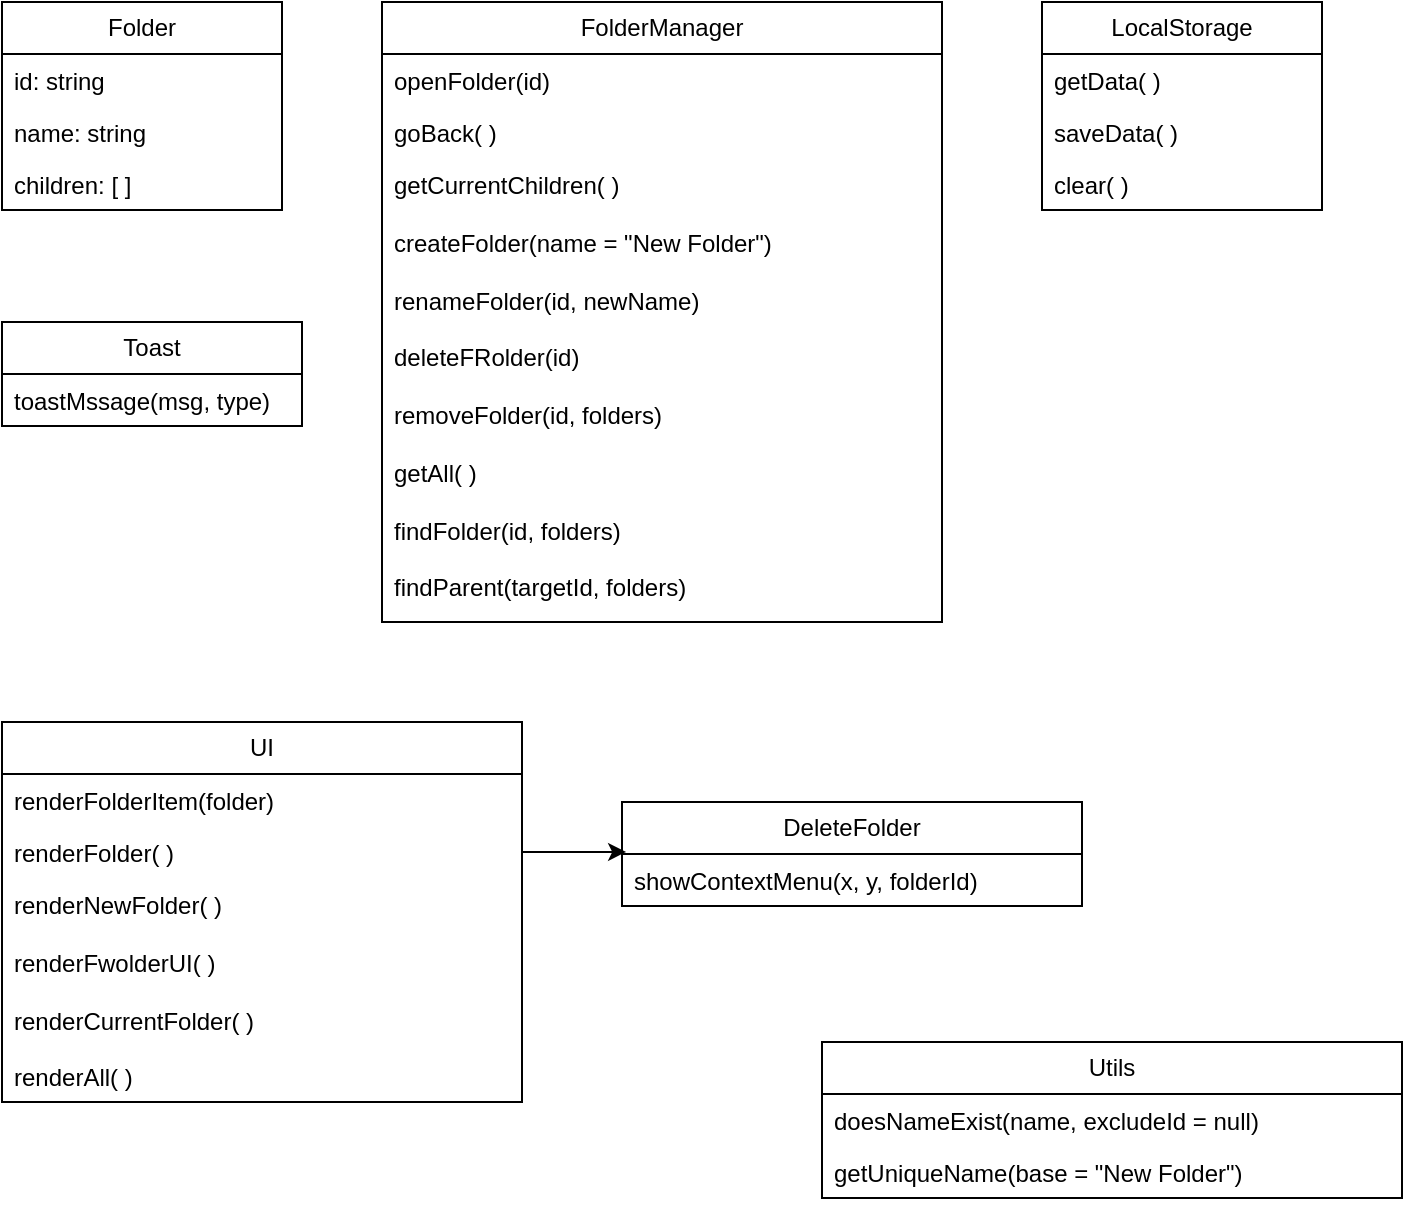
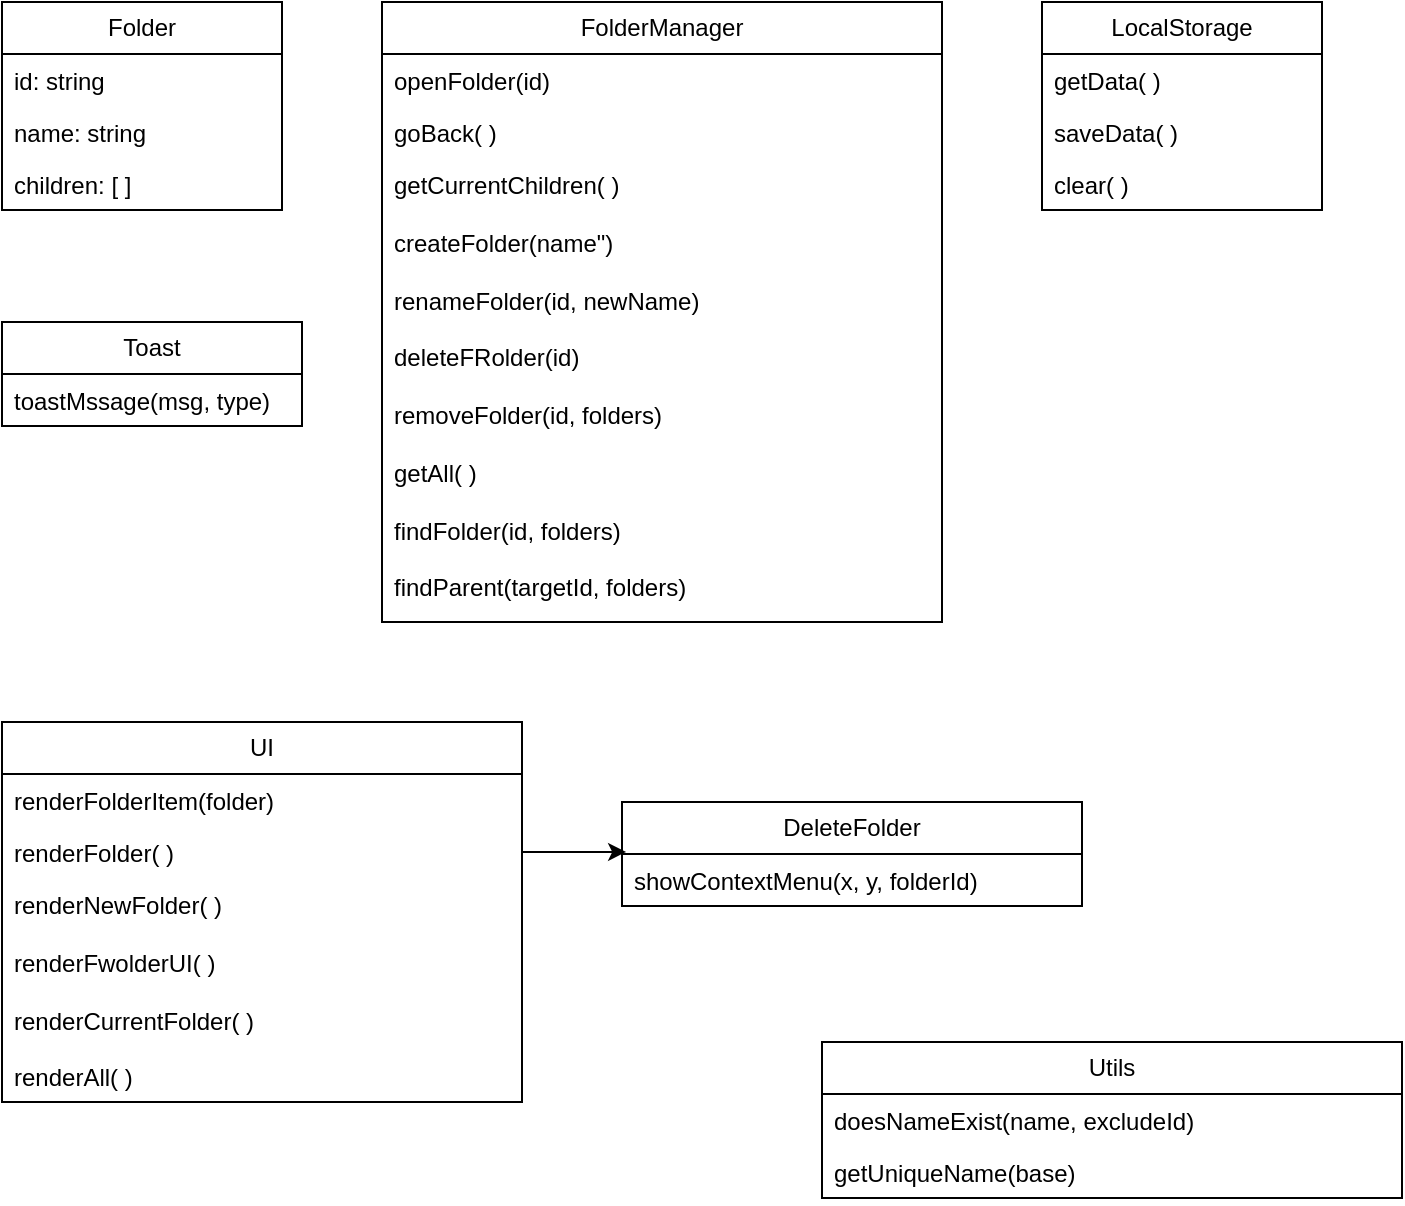
<mxfile host="app.diagrams.net">
  <diagram name="Page-1" id="cIipeOBu3AJXYVay6scS">
-     <mxGraphModel dx="1414" dy="777" grid="1" gridSize="10" guides="1" tooltips="1" connect="1" arrows="1" fold="1" page="1" pageScale="1" pageWidth="827" pageHeight="1169" math="0" shadow="0">
+     <mxGraphModel dx="911" dy="491" grid="1" gridSize="10" guides="1" tooltips="1" connect="1" arrows="1" fold="1" page="1" pageScale="1" pageWidth="827" pageHeight="1169" math="0" shadow="0">
      <root>
        <mxCell id="0" />
        <mxCell id="1" parent="0" />
        <mxCell id="eGHMvuEXL8ZgHLhBtLRJ-1" parent="1" style="swimlane;fontStyle=0;childLayout=stackLayout;horizontal=1;startSize=26;fillColor=none;horizontalStack=0;resizeParent=1;resizeParentMax=0;resizeLast=0;collapsible=1;marginBottom=0;whiteSpace=wrap;html=1;" value="Folder" vertex="1">
          <mxGeometry height="104" width="140" x="50" y="80" as="geometry" />
        </mxCell>
        <mxCell id="eGHMvuEXL8ZgHLhBtLRJ-2" parent="eGHMvuEXL8ZgHLhBtLRJ-1" style="text;strokeColor=none;fillColor=none;align=left;verticalAlign=top;spacingLeft=4;spacingRight=4;overflow=hidden;rotatable=0;points=[[0,0.5],[1,0.5]];portConstraint=eastwest;whiteSpace=wrap;html=1;" value="id: string" vertex="1">
          <mxGeometry height="26" width="140" y="26" as="geometry" />
        </mxCell>
        <mxCell id="eGHMvuEXL8ZgHLhBtLRJ-3" parent="eGHMvuEXL8ZgHLhBtLRJ-1" style="text;strokeColor=none;fillColor=none;align=left;verticalAlign=top;spacingLeft=4;spacingRight=4;overflow=hidden;rotatable=0;points=[[0,0.5],[1,0.5]];portConstraint=eastwest;whiteSpace=wrap;html=1;" value="name: string" vertex="1">
          <mxGeometry height="26" width="140" y="52" as="geometry" />
        </mxCell>
        <mxCell id="eGHMvuEXL8ZgHLhBtLRJ-4" parent="eGHMvuEXL8ZgHLhBtLRJ-1" style="text;strokeColor=none;fillColor=none;align=left;verticalAlign=top;spacingLeft=4;spacingRight=4;overflow=hidden;rotatable=0;points=[[0,0.5],[1,0.5]];portConstraint=eastwest;whiteSpace=wrap;html=1;" value="children: [ ]" vertex="1">
          <mxGeometry height="26" width="140" y="78" as="geometry" />
        </mxCell>
        <mxCell id="eGHMvuEXL8ZgHLhBtLRJ-5" parent="1" style="swimlane;fontStyle=0;childLayout=stackLayout;horizontal=1;startSize=26;fillColor=none;horizontalStack=0;resizeParent=1;resizeParentMax=0;resizeLast=0;collapsible=1;marginBottom=0;whiteSpace=wrap;html=1;" value="FolderManager" vertex="1">
          <mxGeometry height="310" width="280" x="240" y="80" as="geometry" />
        </mxCell>
        <mxCell id="eGHMvuEXL8ZgHLhBtLRJ-6" parent="eGHMvuEXL8ZgHLhBtLRJ-5" style="text;strokeColor=none;fillColor=none;align=left;verticalAlign=top;spacingLeft=4;spacingRight=4;overflow=hidden;rotatable=0;points=[[0,0.5],[1,0.5]];portConstraint=eastwest;whiteSpace=wrap;html=1;" value="openFolder(id)" vertex="1">
          <mxGeometry height="26" width="280" y="26" as="geometry" />
        </mxCell>
        <mxCell id="eGHMvuEXL8ZgHLhBtLRJ-8" parent="eGHMvuEXL8ZgHLhBtLRJ-5" style="text;strokeColor=none;fillColor=none;align=left;verticalAlign=top;spacingLeft=4;spacingRight=4;overflow=hidden;rotatable=0;points=[[0,0.5],[1,0.5]];portConstraint=eastwest;whiteSpace=wrap;html=1;" value="goBack( )" vertex="1">
          <mxGeometry height="26" width="280" y="52" as="geometry" />
        </mxCell>
-         <mxCell id="eGHMvuEXL8ZgHLhBtLRJ-7" parent="eGHMvuEXL8ZgHLhBtLRJ-5" style="text;strokeColor=none;fillColor=none;align=left;verticalAlign=top;spacingLeft=4;spacingRight=4;overflow=hidden;rotatable=0;points=[[0,0.5],[1,0.5]];portConstraint=eastwest;whiteSpace=wrap;html=1;" value="getCurrentChildren( )&lt;div&gt;&lt;br&gt;&lt;/div&gt;&lt;div&gt;createFolder(name = &quot;New Folder&quot;)&lt;/div&gt;&lt;div&gt;&lt;br&gt;&lt;/div&gt;&lt;div&gt;renameFolder(id, newName)&lt;/div&gt;&lt;div&gt;&lt;br&gt;&lt;/div&gt;&lt;div&gt;deleteFRolder(id)&lt;/div&gt;&lt;div&gt;&lt;br&gt;&lt;/div&gt;&lt;div&gt;removeFolder(id, folders)&lt;/div&gt;&lt;div&gt;&lt;br&gt;&lt;/div&gt;&lt;div&gt;getAll( )&lt;/div&gt;&lt;div&gt;&lt;br&gt;&lt;/div&gt;&lt;div&gt;findFolder(id, folders)&lt;/div&gt;&lt;div&gt;&lt;br&gt;&lt;/div&gt;&lt;div&gt;findParent(targetId, folders)&lt;/div&gt;&lt;div&gt;&lt;br&gt;&lt;/div&gt;&lt;div&gt;&lt;br&gt;&lt;/div&gt;" vertex="1">
+         <mxCell id="eGHMvuEXL8ZgHLhBtLRJ-7" parent="eGHMvuEXL8ZgHLhBtLRJ-5" style="text;strokeColor=none;fillColor=none;align=left;verticalAlign=top;spacingLeft=4;spacingRight=4;overflow=hidden;rotatable=0;points=[[0,0.5],[1,0.5]];portConstraint=eastwest;whiteSpace=wrap;html=1;" value="getCurrentChildren( )&lt;div&gt;&lt;br&gt;&lt;/div&gt;&lt;div&gt;createFolder(name&quot;)&lt;/div&gt;&lt;div&gt;&lt;br&gt;&lt;/div&gt;&lt;div&gt;renameFolder(id, newName)&lt;/div&gt;&lt;div&gt;&lt;br&gt;&lt;/div&gt;&lt;div&gt;deleteFRolder(id)&lt;/div&gt;&lt;div&gt;&lt;br&gt;&lt;/div&gt;&lt;div&gt;removeFolder(id, folders)&lt;/div&gt;&lt;div&gt;&lt;br&gt;&lt;/div&gt;&lt;div&gt;getAll( )&lt;/div&gt;&lt;div&gt;&lt;br&gt;&lt;/div&gt;&lt;div&gt;findFolder(id, folders)&lt;/div&gt;&lt;div&gt;&lt;br&gt;&lt;/div&gt;&lt;div&gt;findParent(targetId, folders)&lt;/div&gt;&lt;div&gt;&lt;br&gt;&lt;/div&gt;&lt;div&gt;&lt;br&gt;&lt;/div&gt;" vertex="1">
          <mxGeometry height="232" width="280" y="78" as="geometry" />
        </mxCell>
        <mxCell id="eGHMvuEXL8ZgHLhBtLRJ-13" parent="1" style="swimlane;fontStyle=0;childLayout=stackLayout;horizontal=1;startSize=26;fillColor=none;horizontalStack=0;resizeParent=1;resizeParentMax=0;resizeLast=0;collapsible=1;marginBottom=0;whiteSpace=wrap;html=1;" value="LocalStorage" vertex="1">
          <mxGeometry height="104" width="140" x="570" y="80" as="geometry" />
        </mxCell>
        <mxCell id="eGHMvuEXL8ZgHLhBtLRJ-14" parent="eGHMvuEXL8ZgHLhBtLRJ-13" style="text;strokeColor=none;fillColor=none;align=left;verticalAlign=top;spacingLeft=4;spacingRight=4;overflow=hidden;rotatable=0;points=[[0,0.5],[1,0.5]];portConstraint=eastwest;whiteSpace=wrap;html=1;" value="getData( )" vertex="1">
          <mxGeometry height="26" width="140" y="26" as="geometry" />
        </mxCell>
        <mxCell id="eGHMvuEXL8ZgHLhBtLRJ-15" parent="eGHMvuEXL8ZgHLhBtLRJ-13" style="text;strokeColor=none;fillColor=none;align=left;verticalAlign=top;spacingLeft=4;spacingRight=4;overflow=hidden;rotatable=0;points=[[0,0.5],[1,0.5]];portConstraint=eastwest;whiteSpace=wrap;html=1;" value="saveData( )" vertex="1">
          <mxGeometry height="26" width="140" y="52" as="geometry" />
        </mxCell>
        <mxCell id="eGHMvuEXL8ZgHLhBtLRJ-16" parent="eGHMvuEXL8ZgHLhBtLRJ-13" style="text;strokeColor=none;fillColor=none;align=left;verticalAlign=top;spacingLeft=4;spacingRight=4;overflow=hidden;rotatable=0;points=[[0,0.5],[1,0.5]];portConstraint=eastwest;whiteSpace=wrap;html=1;" value="clear( )" vertex="1">
          <mxGeometry height="26" width="140" y="78" as="geometry" />
        </mxCell>
        <mxCell id="eGHMvuEXL8ZgHLhBtLRJ-17" parent="1" style="swimlane;fontStyle=0;childLayout=stackLayout;horizontal=1;startSize=26;fillColor=none;horizontalStack=0;resizeParent=1;resizeParentMax=0;resizeLast=0;collapsible=1;marginBottom=0;whiteSpace=wrap;html=1;" value="Toast" vertex="1">
          <mxGeometry height="52" width="150" x="50" y="240" as="geometry" />
        </mxCell>
        <mxCell id="eGHMvuEXL8ZgHLhBtLRJ-18" parent="eGHMvuEXL8ZgHLhBtLRJ-17" style="text;strokeColor=none;fillColor=none;align=left;verticalAlign=top;spacingLeft=4;spacingRight=4;overflow=hidden;rotatable=0;points=[[0,0.5],[1,0.5]];portConstraint=eastwest;whiteSpace=wrap;html=1;" value="toastMssage(msg, type)" vertex="1">
          <mxGeometry height="26" width="150" y="26" as="geometry" />
        </mxCell>
        <mxCell id="eGHMvuEXL8ZgHLhBtLRJ-21" parent="1" style="swimlane;fontStyle=0;childLayout=stackLayout;horizontal=1;startSize=26;fillColor=none;horizontalStack=0;resizeParent=1;resizeParentMax=0;resizeLast=0;collapsible=1;marginBottom=0;whiteSpace=wrap;html=1;" value="UI" vertex="1">
          <mxGeometry height="190" width="260" x="50" y="440" as="geometry" />
        </mxCell>
        <mxCell id="eGHMvuEXL8ZgHLhBtLRJ-22" parent="eGHMvuEXL8ZgHLhBtLRJ-21" style="text;strokeColor=none;fillColor=none;align=left;verticalAlign=top;spacingLeft=4;spacingRight=4;overflow=hidden;rotatable=0;points=[[0,0.5],[1,0.5]];portConstraint=eastwest;whiteSpace=wrap;html=1;" value="renderFolderItem(folder)" vertex="1">
          <mxGeometry height="26" width="260" y="26" as="geometry" />
        </mxCell>
        <mxCell id="eGHMvuEXL8ZgHLhBtLRJ-23" parent="eGHMvuEXL8ZgHLhBtLRJ-21" style="text;strokeColor=none;fillColor=none;align=left;verticalAlign=top;spacingLeft=4;spacingRight=4;overflow=hidden;rotatable=0;points=[[0,0.5],[1,0.5]];portConstraint=eastwest;whiteSpace=wrap;html=1;" value="renderFolder( )" vertex="1">
          <mxGeometry height="26" width="260" y="52" as="geometry" />
        </mxCell>
        <mxCell id="eGHMvuEXL8ZgHLhBtLRJ-24" parent="eGHMvuEXL8ZgHLhBtLRJ-21" style="text;strokeColor=none;fillColor=none;align=left;verticalAlign=top;spacingLeft=4;spacingRight=4;overflow=hidden;rotatable=0;points=[[0,0.5],[1,0.5]];portConstraint=eastwest;whiteSpace=wrap;html=1;" value="renderNewFolder( )&lt;div&gt;&lt;br&gt;&lt;/div&gt;&lt;div&gt;renderFwolderUI( )&lt;/div&gt;&lt;div&gt;&lt;br&gt;&lt;/div&gt;&lt;div&gt;renderCurrentFolder( )&lt;/div&gt;&lt;div&gt;&lt;br&gt;&lt;/div&gt;&lt;div&gt;renderAll( )&lt;/div&gt;" vertex="1">
          <mxGeometry height="112" width="260" y="78" as="geometry" />
        </mxCell>
        <mxCell id="eGHMvuEXL8ZgHLhBtLRJ-25" parent="1" style="swimlane;fontStyle=0;childLayout=stackLayout;horizontal=1;startSize=26;fillColor=none;horizontalStack=0;resizeParent=1;resizeParentMax=0;resizeLast=0;collapsible=1;marginBottom=0;whiteSpace=wrap;html=1;" value="DeleteFolder" vertex="1">
          <mxGeometry height="52" width="230" x="360" y="480" as="geometry" />
        </mxCell>
        <mxCell id="eGHMvuEXL8ZgHLhBtLRJ-26" parent="eGHMvuEXL8ZgHLhBtLRJ-25" style="text;strokeColor=none;fillColor=none;align=left;verticalAlign=top;spacingLeft=4;spacingRight=4;overflow=hidden;rotatable=0;points=[[0,0.5],[1,0.5]];portConstraint=eastwest;whiteSpace=wrap;html=1;" value="showContextMenu(x, y, folderId)" vertex="1">
          <mxGeometry height="26" width="230" y="26" as="geometry" />
        </mxCell>
        <mxCell id="eGHMvuEXL8ZgHLhBtLRJ-29" edge="1" parent="1" source="eGHMvuEXL8ZgHLhBtLRJ-23" style="edgeStyle=orthogonalEdgeStyle;rounded=0;orthogonalLoop=1;jettySize=auto;html=1;exitX=1;exitY=0.5;exitDx=0;exitDy=0;entryX=0.009;entryY=0.115;entryDx=0;entryDy=0;entryPerimeter=0;">
          <mxGeometry relative="1" as="geometry">
            <mxPoint x="362.06999999999994" y="504.99" as="targetPoint" />
          </mxGeometry>
        </mxCell>
        <mxCell id="eGHMvuEXL8ZgHLhBtLRJ-30" parent="1" style="swimlane;fontStyle=0;childLayout=stackLayout;horizontal=1;startSize=26;fillColor=none;horizontalStack=0;resizeParent=1;resizeParentMax=0;resizeLast=0;collapsible=1;marginBottom=0;whiteSpace=wrap;html=1;" value="Utils" vertex="1">
          <mxGeometry height="78" width="290" x="460" y="600" as="geometry" />
        </mxCell>
-         <mxCell id="eGHMvuEXL8ZgHLhBtLRJ-31" parent="eGHMvuEXL8ZgHLhBtLRJ-30" style="text;strokeColor=none;fillColor=none;align=left;verticalAlign=top;spacingLeft=4;spacingRight=4;overflow=hidden;rotatable=0;points=[[0,0.5],[1,0.5]];portConstraint=eastwest;whiteSpace=wrap;html=1;" value="doesNameExist(name, excludeId = null)" vertex="1">
+         <mxCell id="eGHMvuEXL8ZgHLhBtLRJ-31" parent="eGHMvuEXL8ZgHLhBtLRJ-30" style="text;strokeColor=none;fillColor=none;align=left;verticalAlign=top;spacingLeft=4;spacingRight=4;overflow=hidden;rotatable=0;points=[[0,0.5],[1,0.5]];portConstraint=eastwest;whiteSpace=wrap;html=1;" value="doesNameExist(name, excludeId)" vertex="1">
          <mxGeometry height="26" width="290" y="26" as="geometry" />
        </mxCell>
-         <mxCell id="eGHMvuEXL8ZgHLhBtLRJ-32" parent="eGHMvuEXL8ZgHLhBtLRJ-30" style="text;strokeColor=none;fillColor=none;align=left;verticalAlign=top;spacingLeft=4;spacingRight=4;overflow=hidden;rotatable=0;points=[[0,0.5],[1,0.5]];portConstraint=eastwest;whiteSpace=wrap;html=1;" value="getUniqueName(base = &quot;New Folder&quot;)" vertex="1">
+         <mxCell id="eGHMvuEXL8ZgHLhBtLRJ-32" parent="eGHMvuEXL8ZgHLhBtLRJ-30" style="text;strokeColor=none;fillColor=none;align=left;verticalAlign=top;spacingLeft=4;spacingRight=4;overflow=hidden;rotatable=0;points=[[0,0.5],[1,0.5]];portConstraint=eastwest;whiteSpace=wrap;html=1;" value="getUniqueName(base)" vertex="1">
          <mxGeometry height="26" width="290" y="52" as="geometry" />
        </mxCell>
      </root>
    </mxGraphModel>
  </diagram>
</mxfile>
